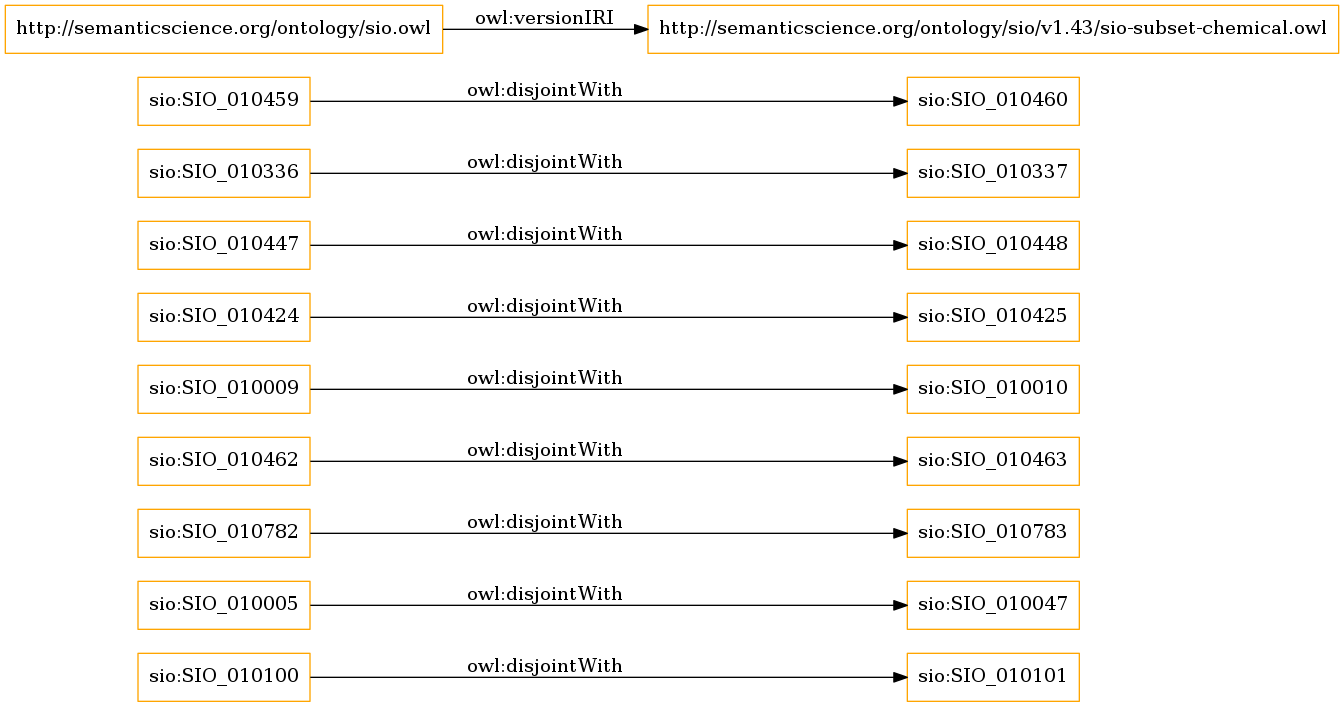
This is OnToology/ontology/sio/release/sio-subset-chemical.owl/diagrams/ar2dtool-class/sio-subset-chemical.owl.png from MaastrichtU-IDS/semanticscience, a Graphviz export, as it was before one commit. Its source is kept beside it as OnToology/ontology/sio/release/sio-subset-chemical.owl/diagrams/ar2dtool-class/sio-subset-chemical.owl.png.dot. Its diagram source:
```dot
digraph ar2dtool_diagram {
rankdir=LR;
size="1501"
node [shape = rectangle, color="orange"]; "sio:SIO_010100" "sio:SIO_010047" "sio:SIO_010783" "sio:SIO_010462" "sio:SIO_010010" "sio:SIO_010009" "sio:SIO_010424" "sio:SIO_010447" "sio:SIO_010448" "sio:SIO_010463" "sio:SIO_010336" "sio:SIO_010425" "sio:SIO_010460" "sio:SIO_010782" "sio:SIO_010337" "sio:SIO_010005" "sio:SIO_010101" "sio:SIO_010459" ; /*classes style*/
	"sio:SIO_010462" -> "sio:SIO_010463" [ label = "owl:disjointWith" ];
	"sio:SIO_010009" -> "sio:SIO_010010" [ label = "owl:disjointWith" ];
	"http://semanticscience.org/ontology/sio.owl" -> "http://semanticscience.org/ontology/sio/v1.43/sio-subset-chemical.owl" [ label = "owl:versionIRI" ];
	"sio:SIO_010459" -> "sio:SIO_010460" [ label = "owl:disjointWith" ];
	"sio:SIO_010336" -> "sio:SIO_010337" [ label = "owl:disjointWith" ];
	"sio:SIO_010005" -> "sio:SIO_010047" [ label = "owl:disjointWith" ];
	"sio:SIO_010424" -> "sio:SIO_010425" [ label = "owl:disjointWith" ];
	"sio:SIO_010447" -> "sio:SIO_010448" [ label = "owl:disjointWith" ];
	"sio:SIO_010782" -> "sio:SIO_010783" [ label = "owl:disjointWith" ];
	"sio:SIO_010100" -> "sio:SIO_010101" [ label = "owl:disjointWith" ];

}
```
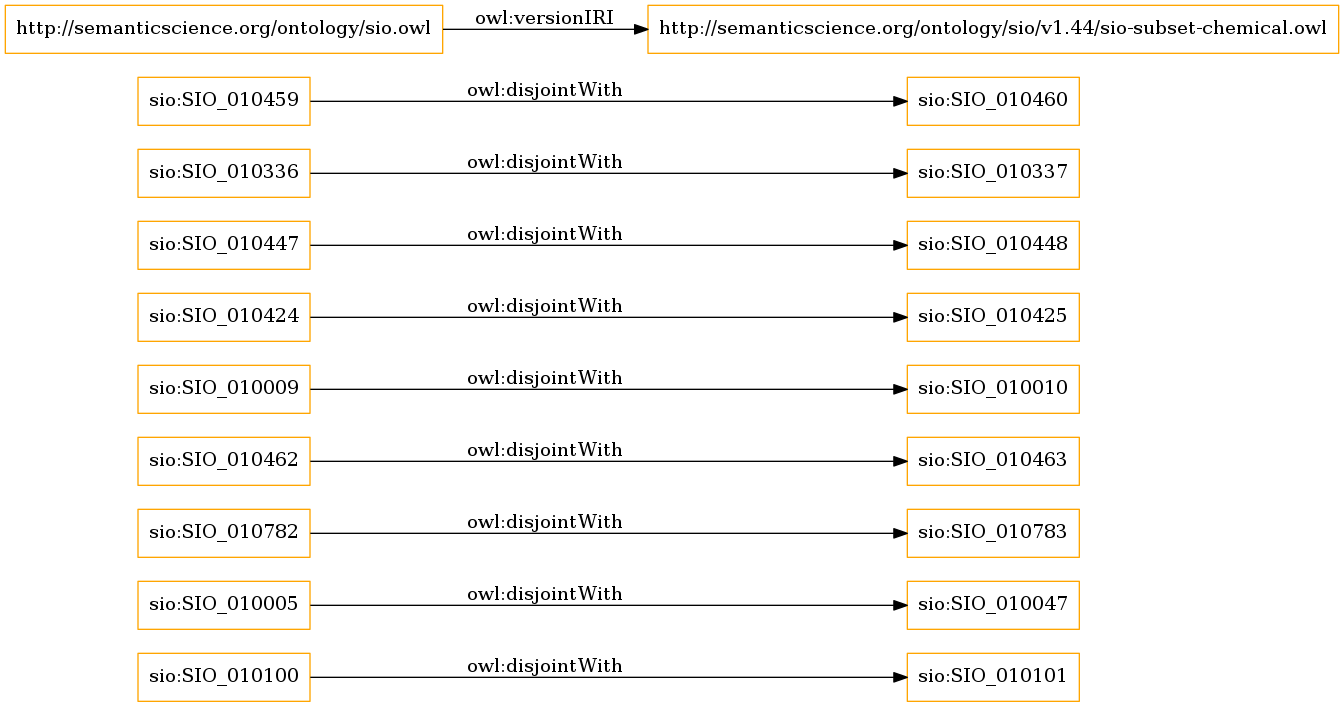
After the commit.

Change to the diagram source:
```diff
@@ -4,7 +4,7 @@
 node [shape = rectangle, color="orange"]; "sio:SIO_010100" "sio:SIO_010047" "sio:SIO_010783" "sio:SIO_010462" "sio:SIO_010010" "sio:SIO_010009" "sio:SIO_010424" "sio:SIO_010447" "sio:SIO_010448" "sio:SIO_010463" "sio:SIO_010336" "sio:SIO_010425" "sio:SIO_010460" "sio:SIO_010782" "sio:SIO_010337" "sio:SIO_010005" "sio:SIO_010101" "sio:SIO_010459" ; /*classes style*/
 	"sio:SIO_010462" -> "sio:SIO_010463" [ label = "owl:disjointWith" ];
 	"sio:SIO_010009" -> "sio:SIO_010010" [ label = "owl:disjointWith" ];
-	"http://semanticscience.org/ontology/sio.owl" -> "http://semanticscience.org/ontology/sio/v1.43/sio-subset-chemical.owl" [ label = "owl:versionIRI" ];
+	"http://semanticscience.org/ontology/sio.owl" -> "http://semanticscience.org/ontology/sio/v1.44/sio-subset-chemical.owl" [ label = "owl:versionIRI" ];
 	"sio:SIO_010459" -> "sio:SIO_010460" [ label = "owl:disjointWith" ];
 	"sio:SIO_010336" -> "sio:SIO_010337" [ label = "owl:disjointWith" ];
 	"sio:SIO_010005" -> "sio:SIO_010047" [ label = "owl:disjointWith" ];
```
